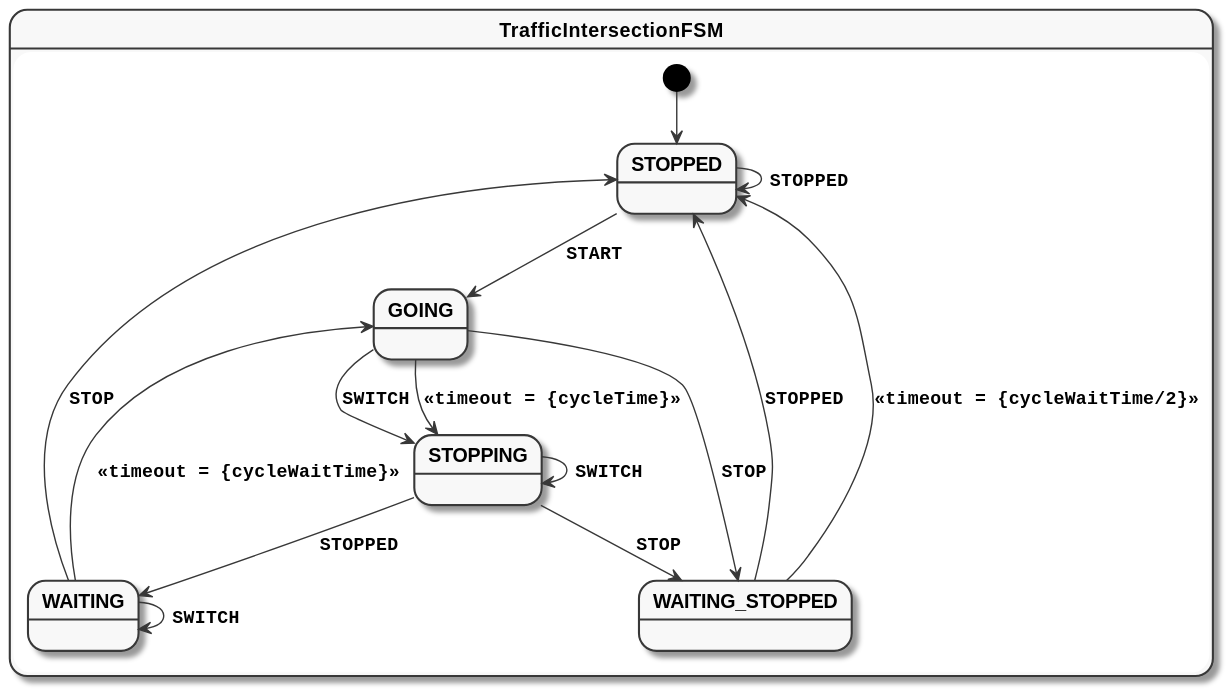
Before: traffic-intersection-simple.svg, a diagram exported from PlantUML (open-jumpco/kfsm-mpp-compose-traffic). The source it was exported from:
```plantuml
@startuml
skinparam monochrome true
skinparam StateFontName Helvetica
skinparam defaultFontName Monospaced
skinparam defaultFontStyle Bold
skinparam state {
    FontStyle Bold
}
state TrafficIntersectionFSM {
[*] --> STOPPED
STOPPED --> GOING : START
STOPPED --> STOPPED : STOPPED
GOING --> STOPPING : <<timeout = {cycleTime}>>
GOING --> STOPPING : SWITCH
GOING --> WAITING_STOPPED : STOP
STOPPING --> WAITING : STOPPED
STOPPING --> STOPPING : SWITCH
STOPPING --> WAITING_STOPPED : STOP
WAITING --> GOING : <<timeout = {cycleWaitTime}>>
WAITING --> WAITING : SWITCH
WAITING --> STOPPED : STOP
WAITING_STOPPED --> STOPPED : <<timeout = {cycleWaitTime/2}>>
WAITING_STOPPED --> STOPPED : STOPPED
}
@enduml
```
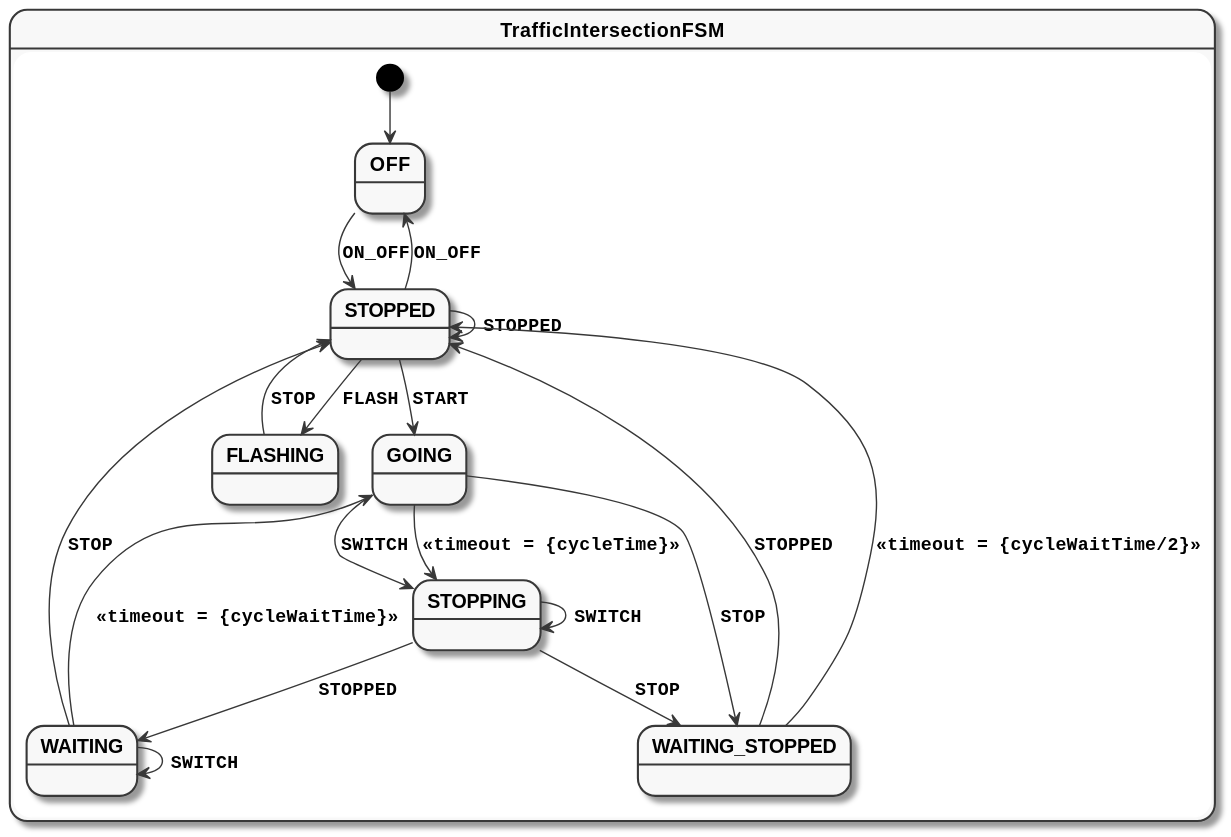
Later version of the same file.

The edit, as a diff of the source:
```diff
@@ -7,9 +7,12 @@
     FontStyle Bold
 }
 state TrafficIntersectionFSM {
-[*] --> STOPPED
+[*] --> OFF
+OFF --> STOPPED : ON_OFF
+STOPPED --> OFF : ON_OFF
 STOPPED --> GOING : START
 STOPPED --> STOPPED : STOPPED
+STOPPED --> FLASHING : FLASH
 GOING --> STOPPING : <<timeout = {cycleTime}>>
 GOING --> STOPPING : SWITCH
 GOING --> WAITING_STOPPED : STOP
@@ -21,5 +24,6 @@
 WAITING --> STOPPED : STOP
 WAITING_STOPPED --> STOPPED : <<timeout = {cycleWaitTime/2}>>
 WAITING_STOPPED --> STOPPED : STOPPED
+FLASHING --> STOPPED : STOP
 }
 @enduml
```
